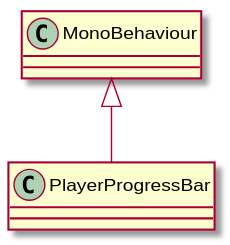
David-Denny/COMP3013-Team7 keeps this PlantUML diagram as UML/UI/PlayerProgressBar.svg. Above is the earlier version.
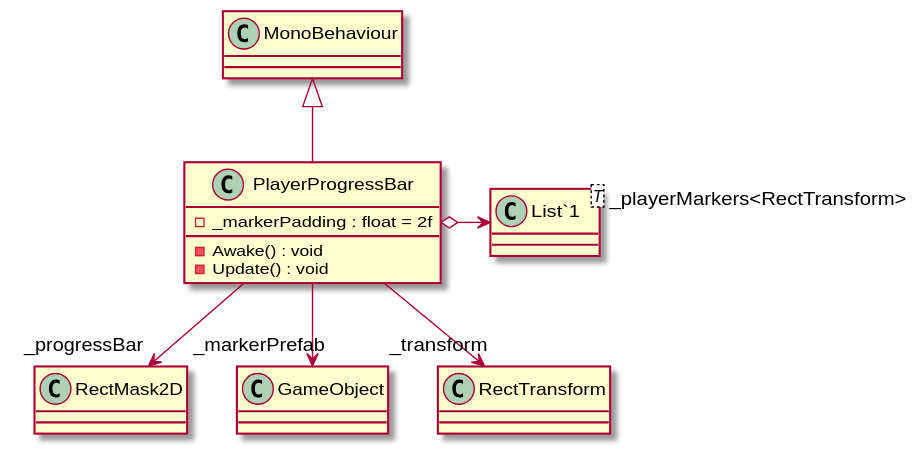
The same diagram one commit later.

What changed in the source:
```diff
@@ -1,5 +1,14 @@
 @startuml
 class PlayerProgressBar {
+    - _markerPadding : float = 2f
+    - Awake() : void
+    - Update() : void
+}
+class "List`1"<T> {
 }
 MonoBehaviour <|-- PlayerProgressBar
+PlayerProgressBar --> "_progressBar" RectMask2D
+PlayerProgressBar --> "_markerPrefab" GameObject
+PlayerProgressBar --> "_transform" RectTransform
+PlayerProgressBar o-> "_playerMarkers<RectTransform>" "List`1"
 @enduml
```
